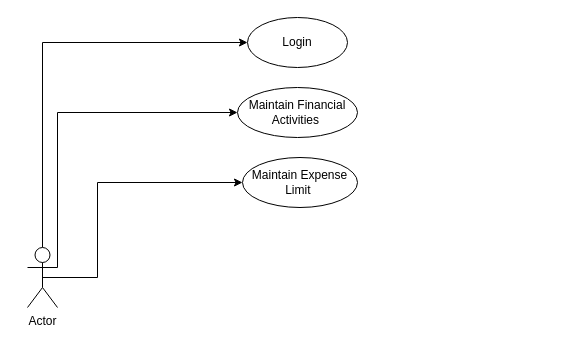
Above: Untitled Diagram.drawio in ashensilva96/Financial_App (draw.io), before the change. Source tidied: cells renumbered, new cells numbered last; positions are measured from the earlier drawing's top-left corner, leaving out a move shared by most shapes. Both pictures are drawn from the tidied source at 100%, with x=0, y=0 at pixel (27, 17).
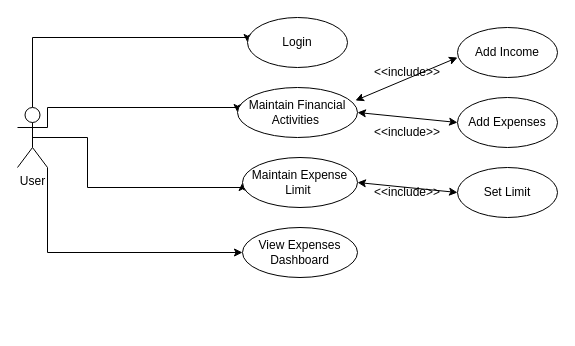
Above is the later version.

Unchanged cells that the change refers to:
```xml
<mxCell id="6" value="Login" style="ellipse;whiteSpace=wrap;html=1;" parent="1" vertex="1">
  <mxGeometry x="220" width="100" height="50" as="geometry" />
</mxCell>
<mxCell id="7" value="Maintain Financial Activities&amp;nbsp;" style="ellipse;whiteSpace=wrap;html=1;" parent="1" vertex="1">
  <mxGeometry x="210" y="70" width="120" height="50" as="geometry" />
</mxCell>
<mxCell id="8" value="Maintain Expense Limit&amp;nbsp;" style="ellipse;whiteSpace=wrap;html=1;" parent="1" vertex="1">
  <mxGeometry x="215" y="140" width="115" height="50" as="geometry" />
</mxCell>
```

What changed in the source:
```diff
@@
     <mxCell id="2" style="edgeStyle=orthogonalEdgeStyle;rounded=0;jettySize=auto;html=1;entryX=0;entryY=0.5;entryDx=0;entryDy=0;" parent="1" edge="1" source="5" target="6">
       <mxGeometry relative="1" as="geometry">
         <Array as="points">
-          <mxPoint x="15" y="25" />
+          <mxPoint x="5" y="20" />
+          <mxPoint x="220" y="20" />
         </Array>
       </mxGeometry>
     </mxCell>
     <mxCell id="3" style="edgeStyle=orthogonalEdgeStyle;rounded=0;jettySize=auto;html=1;exitX=1;exitY=0.3333333333333333;exitDx=0;exitDy=0;exitPerimeter=0;entryX=0;entryY=0.5;entryDx=0;entryDy=0;" parent="1" edge="1" source="5" target="7">
       <mxGeometry relative="1" as="geometry">
         <Array as="points">
-          <mxPoint x="30" y="95" />
+          <mxPoint x="20" y="90" />
+          <mxPoint x="210" y="90" />
         </Array>
       </mxGeometry>
     </mxCell>
     <mxCell id="4" style="edgeStyle=orthogonalEdgeStyle;rounded=0;jettySize=auto;html=1;exitX=0.5;exitY=0.5;exitDx=0;exitDy=0;exitPerimeter=0;entryX=0;entryY=0.5;entryDx=0;entryDy=0;" parent="1" edge="1" source="5" target="8">
       <mxGeometry relative="1" as="geometry">
         <Array as="points">
-          <mxPoint x="70" y="260" />
-          <mxPoint x="70" y="165" />
+          <mxPoint x="60" y="120" />
+          <mxPoint x="60" y="170" />
+          <mxPoint x="215" y="170" />
         </Array>
       </mxGeometry>
     </mxCell>
+    <mxCell id="9" style="edgeStyle=orthogonalEdgeStyle;rounded=0;jettySize=auto;html=1;exitX=1;exitY=1;exitDx=0;exitDy=0;exitPerimeter=0;entryX=0;entryY=0.5;entryDx=0;entryDy=0;" parent="1" edge="1" source="5" target="10">
+      <mxGeometry relative="1" as="geometry" />
+    </mxCell>
-    <mxCell id="5" value="Actor" style="shape=umlActor;verticalLabelPosition=bottom;verticalAlign=top;html=1;outlineConnect=0;" parent="1" vertex="1">
-      <mxGeometry y="230" width="30" height="60" as="geometry" />
+    <mxCell id="5" value="User" style="shape=umlActor;verticalLabelPosition=bottom;verticalAlign=top;html=1;outlineConnect=0;" parent="1" vertex="1">
+      <mxGeometry x="-10" y="90" width="30" height="60" as="geometry" />
     </mxCell>
@@
+    <mxCell id="10" value="View Expenses Dashboard" style="ellipse;whiteSpace=wrap;html=1;" parent="1" vertex="1">
+      <mxGeometry x="215" y="210" width="115" height="50" as="geometry" />
+    </mxCell>
+    <mxCell id="11" value="Add Income" style="ellipse;whiteSpace=wrap;html=1;" parent="1" vertex="1">
+      <mxGeometry x="430" y="10" width="100" height="50" as="geometry" />
+    </mxCell>
+    <mxCell id="12" style="endArrow=classic;startArrow=classic;html=1;rounded=0;exitX=0.983;exitY=0.26;exitDx=0;exitDy=0;exitPerimeter=0;" parent="1" edge="1" source="7">
+      <mxGeometry relative="1" as="geometry">
+        <mxPoint x="430" y="40" as="targetPoint" />
+      </mxGeometry>
+    </mxCell>
+    <mxCell id="13" value="Add Expenses" style="ellipse;whiteSpace=wrap;html=1;" parent="1" vertex="1">
+      <mxGeometry x="430" y="80" width="100" height="50" as="geometry" />
+    </mxCell>
+    <mxCell id="14" style="endArrow=classic;startArrow=classic;html=1;rounded=0;entryX=0;entryY=0.5;entryDx=0;entryDy=0;exitX=1;exitY=0.5;exitDx=0;exitDy=0;" parent="1" edge="1" source="7" target="13">
+      <mxGeometry relative="1" as="geometry" />
+    </mxCell>
+    <mxCell id="15" value="&amp;lt;&amp;lt;include&amp;gt;&amp;gt;" style="text;html=1;strokeColor=none;fillColor=none;align=center;verticalAlign=middle;whiteSpace=wrap;rounded=0;" parent="1" vertex="1">
+      <mxGeometry x="350" y="40" width="60" height="30" as="geometry" />
+    </mxCell>
+    <mxCell id="16" value="&amp;lt;&amp;lt;include&amp;gt;&amp;gt;" style="text;html=1;strokeColor=none;fillColor=none;align=center;verticalAlign=middle;whiteSpace=wrap;rounded=0;" parent="1" vertex="1">
+      <mxGeometry x="350" y="100" width="60" height="30" as="geometry" />
+    </mxCell>
+    <mxCell id="17" value="Set Limit" style="ellipse;whiteSpace=wrap;html=1;" parent="1" vertex="1">
+      <mxGeometry x="430" y="150" width="100" height="50" as="geometry" />
+    </mxCell>
+    <mxCell id="18" style="endArrow=classic;startArrow=classic;html=1;rounded=0;entryX=0;entryY=0.5;entryDx=0;entryDy=0;exitX=1;exitY=0.5;exitDx=0;exitDy=0;" parent="1" edge="1" source="8" target="17">
+      <mxGeometry relative="1" as="geometry" />
+    </mxCell>
+    <mxCell id="19" value="&amp;lt;&amp;lt;include&amp;gt;&amp;gt;" style="text;html=1;strokeColor=none;fillColor=none;align=center;verticalAlign=middle;whiteSpace=wrap;rounded=0;" parent="1" vertex="1">
+      <mxGeometry x="350" y="160" width="60" height="30" as="geometry" />
+    </mxCell>
```
